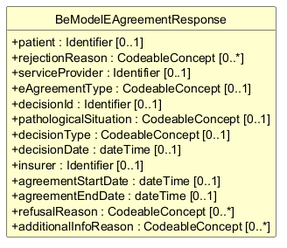
This is exports/diagrams/BeModelEAgreementResponse-uml.png from caresets/caresets-src, a PlantUML export, as it was before one commit.
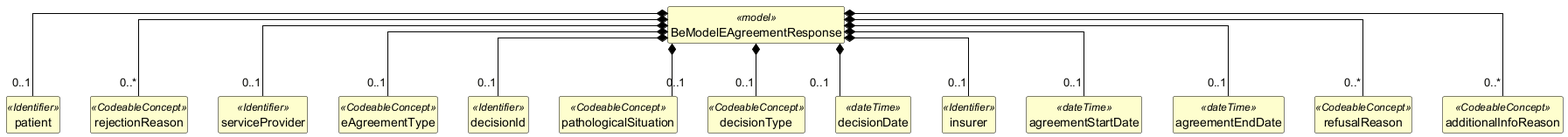
The same file after the commit.

The edit, as a diff of the source:
```diff
@@ -12,20 +12,59 @@
 hide circle
 hide empty members
 
-class "BeModelEAgreementResponse" as BeModelEAgreementResponse {
-  +patient : Identifier [0..1]
-  +rejectionReason : CodeableConcept [0..*]
-  +serviceProvider : Identifier [0..1]
-  +eAgreementType : CodeableConcept [0..1]
-  +decisionId : Identifier [0..1]
-  +pathologicalSituation : CodeableConcept [0..1]
-  +decisionType : CodeableConcept [0..1]
-  +decisionDate : dateTime [0..1]
-  +insurer : Identifier [0..1]
-  +agreementStartDate : dateTime [0..1]
-  +agreementEndDate : dateTime [0..1]
-  +refusalReason : CodeableConcept [0..*]
-  +additionalInfoReason : CodeableConcept [0..*]
+class "BeModelEAgreementResponse" as BeModelEAgreementResponse <<model>> {
 }
 
+class "patient" as BeModelEAgreementResponse_patient <<Identifier>> {
+}
+
+class "rejectionReason" as BeModelEAgreementResponse_rejectionReason <<CodeableConcept>> {
+}
+
+class "serviceProvider" as BeModelEAgreementResponse_serviceProvider <<Identifier>> {
+}
+
+class "eAgreementType" as BeModelEAgreementResponse_eAgreementType <<CodeableConcept>> {
+}
+
+class "decisionId" as BeModelEAgreementResponse_decisionId <<Identifier>> {
+}
+
+class "pathologicalSituation" as BeModelEAgreementResponse_pathologicalSituation <<CodeableConcept>> {
+}
+
+class "decisionType" as BeModelEAgreementResponse_decisionType <<CodeableConcept>> {
+}
+
+class "decisionDate" as BeModelEAgreementResponse_decisionDate <<dateTime>> {
+}
+
+class "insurer" as BeModelEAgreementResponse_insurer <<Identifier>> {
+}
+
+class "agreementStartDate" as BeModelEAgreementResponse_agreementStartDate <<dateTime>> {
+}
+
+class "agreementEndDate" as BeModelEAgreementResponse_agreementEndDate <<dateTime>> {
+}
+
+class "refusalReason" as BeModelEAgreementResponse_refusalReason <<CodeableConcept>> {
+}
+
+class "additionalInfoReason" as BeModelEAgreementResponse_additionalInfoReason <<CodeableConcept>> {
+}
+
+BeModelEAgreementResponse *-- "0..1" BeModelEAgreementResponse_patient
+BeModelEAgreementResponse *-- "0..*" BeModelEAgreementResponse_rejectionReason
+BeModelEAgreementResponse *-- "0..1" BeModelEAgreementResponse_serviceProvider
+BeModelEAgreementResponse *-- "0..1" BeModelEAgreementResponse_eAgreementType
+BeModelEAgreementResponse *-- "0..1" BeModelEAgreementResponse_decisionId
+BeModelEAgreementResponse *-- "0..1" BeModelEAgreementResponse_pathologicalSituation
+BeModelEAgreementResponse *-- "0..1" BeModelEAgreementResponse_decisionType
+BeModelEAgreementResponse *-- "0..1" BeModelEAgreementResponse_decisionDate
+BeModelEAgreementResponse *-- "0..1" BeModelEAgreementResponse_insurer
+BeModelEAgreementResponse *-- "0..1" BeModelEAgreementResponse_agreementStartDate
+BeModelEAgreementResponse *-- "0..1" BeModelEAgreementResponse_agreementEndDate
+BeModelEAgreementResponse *-- "0..*" BeModelEAgreementResponse_refusalReason
+BeModelEAgreementResponse *-- "0..*" BeModelEAgreementResponse_additionalInfoReason
 @enduml
```
